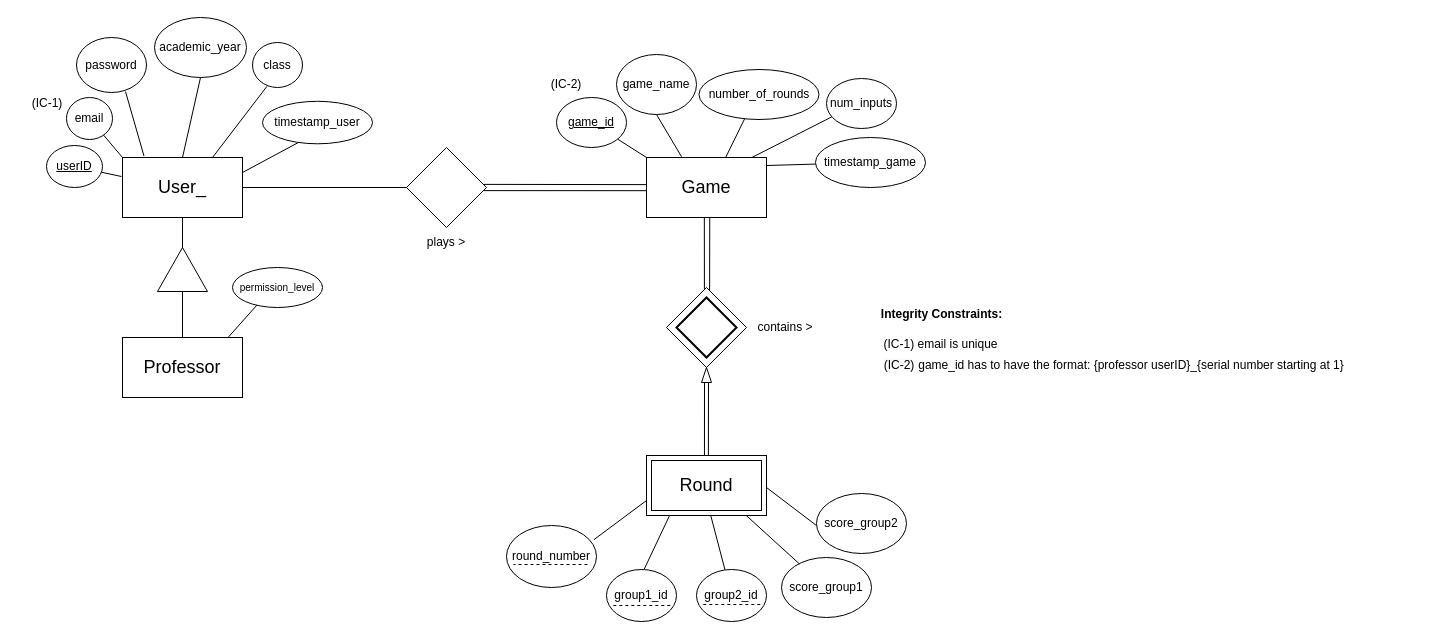
Above: E-R_Model/E-R Model.drawio in bforbesc/AI-Assistant-Competition (draw.io), before the change. Source tidied: cells renumbered, new cells numbered last; positions are measured from the earlier drawing's top-left corner, leaving out a move shared by most shapes. Both pictures are drawn from the tidied source at 100%, with x=0, y=0 at pixel (17, 17).
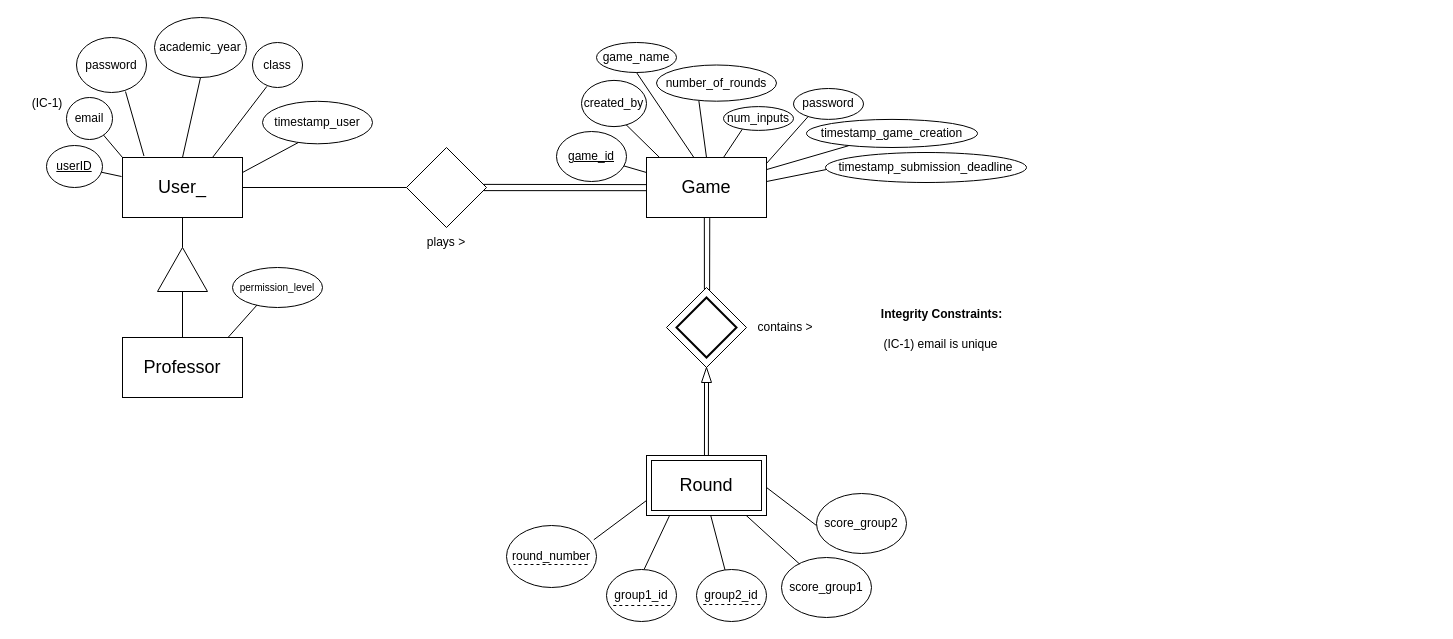
The same diagram, later.

Commit message (it also covers changes not shown here):
Changes in the E-R Model, Implement Game Configuration and Available Games functionalities

The change refers to these unchanged cells:
```xml
<mxCell id="4" value="Game" style="rounded=0;whiteSpace=wrap;html=1;fontSize=18;" parent="1" vertex="1">
  <mxGeometry x="629" y="140" width="120" height="60" as="geometry" />
</mxCell>
```

Change to the diagram source:
```diff
@@
     <mxCell id="19" value="&lt;u&gt;game_id&lt;/u&gt;" style="ellipse;whiteSpace=wrap;html=1;" parent="1" vertex="1">
-      <mxGeometry x="539" y="80" width="70" height="50" as="geometry" />
+      <mxGeometry x="539" y="114" width="70" height="50" as="geometry" />
     </mxCell>
@@
     <mxCell id="21" value="game_name" style="ellipse;whiteSpace=wrap;html=1;" parent="1" vertex="1">
-      <mxGeometry x="599" y="37" width="80" height="60" as="geometry" />
+      <mxGeometry x="579" y="25" width="80" height="30" as="geometry" />
     </mxCell>
@@
     <mxCell id="26" value="number_of_rounds" style="ellipse;whiteSpace=wrap;html=1;" parent="1" vertex="1">
-      <mxGeometry x="681.5" y="52" width="120" height="50" as="geometry" />
+      <mxGeometry x="639" y="47.5" width="120" height="36.2" as="geometry" />
     </mxCell>
@@
-    <mxCell id="34" value="timestamp_game" style="ellipse;whiteSpace=wrap;html=1;" parent="1" vertex="1">
-      <mxGeometry x="798" y="120" width="110" height="50" as="geometry" />
+    <mxCell id="34" value="timestamp_game_creation" style="ellipse;whiteSpace=wrap;html=1;" parent="1" vertex="1">
+      <mxGeometry x="789" y="101.9" width="171" height="28.1" as="geometry" />
     </mxCell>
@@
-    <mxCell id="47" style="endArrow=none;html=1;rounded=0;entryX=0;entryY=0;entryDx=0;entryDy=0;" parent="1" edge="1" source="19" target="4">
+    <mxCell id="47" style="endArrow=none;html=1;rounded=0;entryX=0;entryY=0.25;entryDx=0;entryDy=0;" parent="1" edge="1" source="19" target="4">
       <mxGeometry relative="1" as="geometry" />
     </mxCell>
-    <mxCell id="48" style="endArrow=none;html=1;rounded=0;entryX=0.292;entryY=-0.013;entryDx=0;entryDy=0;entryPerimeter=0;exitX=0.5;exitY=1;exitDx=0;exitDy=0;" parent="1" edge="1" source="21" target="4">
+    <mxCell id="48" style="endArrow=none;html=1;rounded=0;entryX=0.394;entryY=-0.003;entryDx=0;entryDy=0;entryPerimeter=0;exitX=0.5;exitY=1;exitDx=0;exitDy=0;" parent="1" edge="1" source="21" target="4">
       <mxGeometry relative="1" as="geometry" />
     </mxCell>
-    <mxCell id="49" style="endArrow=none;html=1;rounded=0;exitX=0.38;exitY=0.987;exitDx=0;exitDy=0;exitPerimeter=0;entryX=0.659;entryY=0.003;entryDx=0;entryDy=0;entryPerimeter=0;" parent="1" edge="1" source="26" target="4">
+    <mxCell id="49" style="endArrow=none;html=1;rounded=0;exitX=0.353;exitY=0.991;exitDx=0;exitDy=0;entryX=0.5;entryY=0;entryDx=0;entryDy=0;exitPerimeter=0;" parent="1" edge="1" source="26" target="4">
       <mxGeometry relative="1" as="geometry" />
     </mxCell>
-    <mxCell id="50" style="endArrow=none;html=1;rounded=0;" parent="1" edge="1" source="34">
+    <mxCell id="50" style="endArrow=none;html=1;rounded=0;entryX=1.006;entryY=0.203;entryDx=0;entryDy=0;entryPerimeter=0;" parent="1" edge="1">
       <mxGeometry relative="1" as="geometry">
-        <mxPoint x="749" y="148" as="targetPoint" />
+        <mxPoint x="831.2" y="128.2" as="sourcePoint" />
+        <mxPoint x="748.7" y="152.2" as="targetPoint" />
       </mxGeometry>
     </mxCell>
-    <mxCell id="51" value="(IC-2)" style="text;html=1;align=center;verticalAlign=middle;whiteSpace=wrap;rounded=0;" parent="1" vertex="1">
-      <mxGeometry x="519" y="52" width="60" height="30" as="geometry" />
-    </mxCell>
@@
-    <mxCell id="54" value="game_id has to have the format: {&lt;span style=&quot;background-color: initial;&quot;&gt;professor userID}_{serial number starting at 1}&lt;/span&gt;" style="text;html=1;align=center;verticalAlign=middle;whiteSpace=wrap;rounded=0;" parent="1" vertex="1">
-      <mxGeometry x="809" y="332.5" width="610" height="30" as="geometry" />
-    </mxCell>
@@
-    <mxCell id="60" value="&#10;&lt;span style=&quot;color: rgb(0, 0, 0); font-family: Helvetica; font-size: 12px; font-style: normal; font-variant-ligatures: normal; font-variant-caps: normal; font-weight: 400; letter-spacing: normal; orphans: 2; text-align: center; text-indent: 0px; text-transform: none; widows: 2; word-spacing: 0px; -webkit-text-stroke-width: 0px; white-space: normal; background-color: rgb(251, 251, 251); text-decoration-thickness: initial; text-decoration-style: initial; text-decoration-color: initial; display: inline !important; float: none;&quot;&gt;(IC-2)&lt;/span&gt;&#10;&#10;" style="text;html=1;align=center;verticalAlign=middle;whiteSpace=wrap;rounded=0;" parent="1" vertex="1">
-      <mxGeometry x="852" y="340" width="60" height="30" as="geometry" />
-    </mxCell>
@@
     <mxCell id="63" value="num_inputs" style="ellipse;whiteSpace=wrap;html=1;" parent="1" vertex="1">
-      <mxGeometry x="809" y="61" width="70" height="50" as="geometry" />
+      <mxGeometry x="706" y="89.1" width="70" height="23.8" as="geometry" />
     </mxCell>
-    <mxCell id="64" style="endArrow=none;html=1;rounded=0;entryX=0.88;entryY=-0.002;entryDx=0;entryDy=0;entryPerimeter=0;exitX=0.075;exitY=0.768;exitDx=0;exitDy=0;exitPerimeter=0;" parent="1" edge="1" source="63" target="4">
-      <mxGeometry relative="1" as="geometry" />
+    <mxCell id="64" style="endArrow=none;html=1;rounded=0;entryX=0.967;entryY=-0.013;entryDx=0;entryDy=0;exitX=0.268;exitY=0.953;exitDx=0;exitDy=0;entryPerimeter=0;exitPerimeter=0;" parent="1" edge="1" source="63">
+      <mxGeometry relative="1" as="geometry">
+        <mxPoint x="706" y="140" as="targetPoint" />
+      </mxGeometry>
     </mxCell>
+    <mxCell id="65" value="password" style="ellipse;whiteSpace=wrap;html=1;" parent="1" vertex="1">
+      <mxGeometry x="776" y="71" width="70" height="30.9" as="geometry" />
+    </mxCell>
+    <mxCell id="66" style="endArrow=none;html=1;rounded=0;entryX=0.998;entryY=0.104;entryDx=0;entryDy=0;exitX=0.207;exitY=0.913;exitDx=0;exitDy=0;exitPerimeter=0;entryPerimeter=0;" parent="1" edge="1" source="65" target="4">
+      <mxGeometry relative="1" as="geometry" />
+    </mxCell>
+    <mxCell id="67" value="created_by" style="ellipse;whiteSpace=wrap;html=1;" parent="1" vertex="1">
+      <mxGeometry x="564" y="62.9" width="65" height="46.2" as="geometry" />
+    </mxCell>
+    <mxCell id="68" style="endArrow=none;html=1;rounded=0;entryX=0.109;entryY=0;entryDx=0;entryDy=0;entryPerimeter=0;exitX=0.684;exitY=0.956;exitDx=0;exitDy=0;exitPerimeter=0;" parent="1" edge="1" source="67" target="4">
+      <mxGeometry relative="1" as="geometry" />
+    </mxCell>
+    <mxCell id="69" value="timestamp_submission_deadline" style="ellipse;whiteSpace=wrap;html=1;" parent="1" vertex="1">
+      <mxGeometry x="808" y="135" width="201" height="30" as="geometry" />
+    </mxCell>
+    <mxCell id="70" style="endArrow=none;html=1;rounded=0;entryX=0.996;entryY=0.859;entryDx=0;entryDy=0;entryPerimeter=0;" parent="1" edge="1">
+      <mxGeometry relative="1" as="geometry">
+        <mxPoint x="809" y="152" as="sourcePoint" />
+        <mxPoint x="749.1" y="164" as="targetPoint" />
+      </mxGeometry>
+    </mxCell>
```
